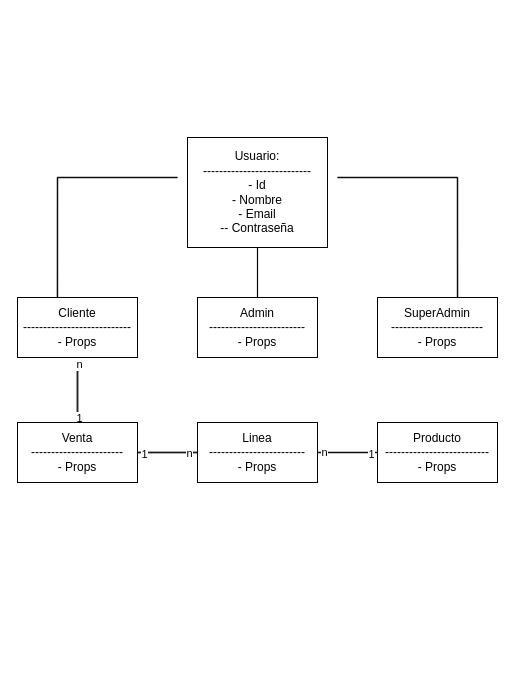
Above: docs/ModeloDeDominio.drawio in aylenguy/NMrelojesApi (draw.io), before the change. Source tidied: cells renumbered, new cells numbered last; positions are measured from the earlier drawing's top-left corner, leaving out a move shared by most shapes. Both pictures are drawn from the tidied source at 100%, with x=0, y=0 at pixel (17, 137).
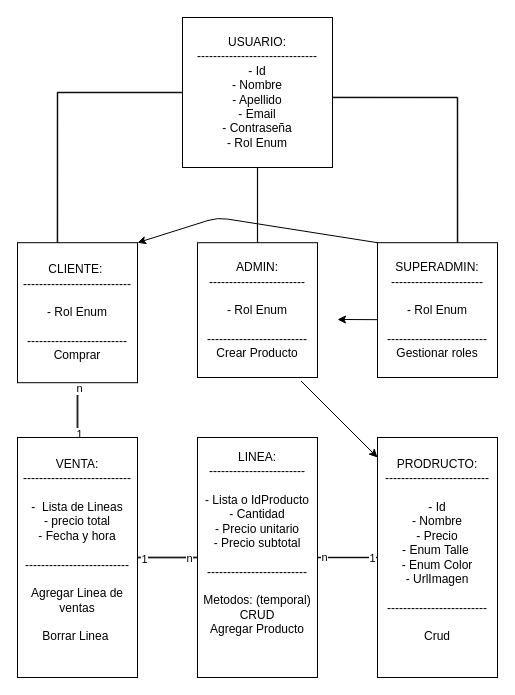
After the change.

Commit message:
Modificacion Modelo De Dominio

What changed in the source:
```diff
@@
-    <mxCell id="3" value="Usuario:&lt;br&gt;---------------------------&lt;br&gt;- Id&lt;br&gt;- Nombre&lt;br&gt;- Email&lt;br&gt;-- Contraseña&lt;br&gt;" style="rounded=0;whiteSpace=wrap;html=1;" parent="1" vertex="1">
-      <mxGeometry x="170" width="140" height="110" as="geometry" />
+    <mxCell id="3" value="USUARIO:&lt;br&gt;------------------------------&lt;br&gt;- Id&lt;br&gt;- Nombre&lt;br&gt;- Apellido&lt;br&gt;- Email&lt;br&gt;- Contraseña&lt;br&gt;- Rol Enum" style="rounded=0;whiteSpace=wrap;html=1;" parent="1" vertex="1">
+      <mxGeometry x="165" y="-120" width="150" height="150" as="geometry" />
     </mxCell>
@@
-    <mxCell id="7" value="Cliente&lt;br&gt;---------------------------&lt;br&gt;- Props" style="rounded=0;whiteSpace=wrap;html=1;" parent="1" vertex="1">
-      <mxGeometry y="160" width="120" height="60" as="geometry" />
+    <mxCell id="7" value="CLIENTE:&amp;nbsp;&lt;br&gt;---------------------------&lt;br&gt;&lt;br&gt;- Rol Enum&lt;br&gt;&lt;br&gt;-------------------------&lt;br&gt;Comprar" style="rounded=0;whiteSpace=wrap;html=1;" parent="1" vertex="1">
+      <mxGeometry y="105.2" width="120" height="140" as="geometry" />
     </mxCell>
-    <mxCell id="8" value="Admin&lt;br&gt;------------------------&lt;br&gt;- Props" style="rounded=0;whiteSpace=wrap;html=1;" parent="1" vertex="1">
-      <mxGeometry x="180" y="160" width="120" height="60" as="geometry" />
+    <mxCell id="8" value="ADMIN:&lt;br&gt;------------------------&lt;br&gt;&lt;br&gt;- Rol Enum&lt;br&gt;&lt;br&gt;-------------------------&lt;br&gt;Crear Producto" style="rounded=0;whiteSpace=wrap;html=1;" parent="1" vertex="1">
+      <mxGeometry x="180" y="105.2" width="120" height="134.8" as="geometry" />
     </mxCell>
-    <mxCell id="9" value="SuperAdmin&lt;br&gt;-----------------------&lt;br&gt;- Props" style="rounded=0;whiteSpace=wrap;html=1;" parent="1" vertex="1">
-      <mxGeometry x="360" y="160" width="120" height="60" as="geometry" />
+    <mxCell id="9" value="SUPERADMIN:&lt;br&gt;-----------------------&lt;br&gt;&lt;br&gt;- Rol Enum&lt;br&gt;&lt;br&gt;-------------------------&lt;br&gt;Gestionar roles" style="rounded=0;whiteSpace=wrap;html=1;" parent="1" vertex="1">
+      <mxGeometry x="360" y="105.2" width="120" height="134.8" as="geometry" />
     </mxCell>
@@
-    <mxCell id="13" value="Venta&lt;br&gt;-----------------------&lt;br&gt;- Props" style="rounded=0;whiteSpace=wrap;html=1;" parent="1" vertex="1">
-      <mxGeometry y="285" width="120" height="60" as="geometry" />
+    <mxCell id="13" value="VENTA:&lt;br&gt;---------------------------&lt;br&gt;&lt;br&gt;-&amp;nbsp;&lt;span style=&quot;background-color: initial;&quot;&gt;&amp;nbsp;Lista de Lineas&lt;/span&gt;&lt;div&gt;- precio total&lt;/div&gt;&lt;div&gt;- Fecha y hora&lt;br&gt;&lt;br&gt;&lt;/div&gt;&lt;div&gt;--------------------------&lt;/div&gt;&lt;div&gt;&lt;br&gt;&lt;/div&gt;&lt;div&gt;&lt;div&gt;Agregar Linea de ventas&lt;br&gt;&lt;br&gt;Borrar Linea&amp;nbsp;&lt;/div&gt;&lt;div&gt;&lt;br&gt;&lt;/div&gt;&lt;/div&gt;" style="rounded=0;whiteSpace=wrap;html=1;" parent="1" vertex="1">
+      <mxGeometry y="300" width="120" height="240" as="geometry" />
     </mxCell>
-    <mxCell id="14" style="edgeStyle=none;shape=link;html=1;exitX=1;exitY=0.5;exitDx=0;exitDy=0;width=-0.4615384615384617;" parent="1" edge="1" source="17">
-      <mxGeometry relative="1" as="geometry">
-        <mxPoint x="360" y="315" as="targetPoint" />
-      </mxGeometry>
+    <mxCell id="14" style="edgeStyle=none;shape=link;html=1;exitX=1;exitY=0.5;exitDx=0;exitDy=0;width=-0.4615384615384617;entryX=0;entryY=0.5;entryDx=0;entryDy=0;" parent="1" edge="1" source="17" target="18">
+      <mxGeometry relative="1" as="geometry" />
     </mxCell>
@@
     <mxCell id="16" value="1" style="edgeLabel;html=1;align=center;verticalAlign=middle;" parent="14" vertex="1">
-      <mxGeometry x="0.75" y="-1" relative="1" as="geometry" />
+      <mxGeometry x="0.81" relative="1" as="geometry" />
     </mxCell>
-    <mxCell id="17" value="Linea&lt;br&gt;------------------------&lt;br&gt;- Props" style="rounded=0;whiteSpace=wrap;html=1;" parent="1" vertex="1">
-      <mxGeometry x="180" y="285" width="120" height="60" as="geometry" />
+    <mxCell id="17" value="LINEA:&lt;br&gt;------------------------&lt;br&gt;&lt;div&gt;&lt;div&gt;&lt;br&gt;- Lista o IdProducto&lt;/div&gt;&lt;div&gt;- Cantidad&lt;/div&gt;&lt;div&gt;- Precio unitario&lt;/div&gt;&lt;div&gt;- Precio subtotal&lt;br&gt;&lt;br&gt;&lt;/div&gt;&lt;div&gt;-------------------------&lt;/div&gt;&lt;div&gt;&lt;div&gt;&lt;br&gt;Metodos: (temporal)&lt;/div&gt;&lt;div&gt;CRUD&lt;/div&gt;&lt;div&gt;Agregar Producto&lt;/div&gt;&lt;/div&gt;&lt;div&gt;&lt;br&gt;&lt;/div&gt;&lt;/div&gt;&lt;div&gt;&lt;br&gt;&lt;/div&gt;" style="rounded=0;whiteSpace=wrap;html=1;" parent="1" vertex="1">
+      <mxGeometry x="180" y="300" width="120" height="240" as="geometry" />
     </mxCell>
-    <mxCell id="18" value="Producto&lt;br&gt;--------------------------&lt;br&gt;- Props" style="rounded=0;whiteSpace=wrap;html=1;" parent="1" vertex="1">
-      <mxGeometry x="360" y="285" width="120" height="60" as="geometry" />
+    <mxCell id="18" value="PRODRUCTO:&lt;br&gt;--------------------------&lt;br&gt;&lt;div&gt;&lt;br&gt;- Id&lt;/div&gt;&lt;div&gt;- Nombre&lt;/div&gt;&lt;div&gt;- Precio&lt;/div&gt;&lt;div&gt;- Enum Talle&amp;nbsp;&lt;/div&gt;&lt;div&gt;- Enum Color&lt;/div&gt;&lt;div&gt;- UrlImagen&lt;br&gt;&lt;br&gt;-------------------------&lt;br&gt;&lt;br&gt;Crud&lt;/div&gt;&lt;div&gt;&lt;br&gt;&lt;/div&gt;" style="rounded=0;whiteSpace=wrap;html=1;" parent="1" vertex="1">
+      <mxGeometry x="360" y="300" width="120" height="240" as="geometry" />
     </mxCell>
-    <mxCell id="19" style="edgeStyle=segmentEdgeStyle;endArrow=classic;html=1;curved=0;rounded=0;endSize=8;startSize=8;shape=link;entryX=0.333;entryY=0;entryDx=0;entryDy=0;entryPerimeter=0;width=-0.45454545454545503;" parent="1" edge="1" target="7">
-      <mxGeometry relative="1" as="geometry">
-        <mxPoint x="160" y="40" as="sourcePoint" />
-      </mxGeometry>
+    <mxCell id="19" style="edgeStyle=segmentEdgeStyle;endArrow=classic;html=1;curved=0;rounded=0;endSize=8;startSize=8;shape=link;entryX=0.333;entryY=0;entryDx=0;entryDy=0;entryPerimeter=0;width=-0.45454545454545503;" parent="1" edge="1" source="3" target="7">
+      <mxGeometry relative="1" as="geometry" />
     </mxCell>
-    <mxCell id="20" style="edgeStyle=segmentEdgeStyle;endArrow=classic;html=1;curved=0;rounded=0;endSize=8;startSize=8;shape=link;entryX=0.667;entryY=0;entryDx=0;entryDy=0;entryPerimeter=0;width=0.45454545454545325;" parent="1" edge="1" target="9">
+    <mxCell id="20" style="edgeStyle=segmentEdgeStyle;endArrow=classic;html=1;curved=0;rounded=0;endSize=8;startSize=8;shape=link;entryX=0.667;entryY=0;entryDx=0;entryDy=0;entryPerimeter=0;width=0.45454545454545325;exitX=1.003;exitY=0.533;exitDx=0;exitDy=0;exitPerimeter=0;" parent="1" edge="1" source="3" target="9">
       <mxGeometry relative="1" as="geometry">
-        <mxPoint x="320" y="40" as="sourcePoint" />
+        <Array as="points">
+          <mxPoint x="440" y="-40" />
+        </Array>
       </mxGeometry>
     </mxCell>
+    <mxCell id="21" style="edgeStyle=none;jettySize=auto;html=1;entryX=0;entryY=0.083;entryDx=0;entryDy=0;entryPerimeter=0;" parent="1" edge="1" target="18">
+      <mxGeometry relative="1" as="geometry">
+        <mxPoint x="360" y="320" as="sourcePoint" />
+        <Array as="points">
+          <mxPoint x="280" y="240" />
+        </Array>
+      </mxGeometry>
+    </mxCell>
+    <mxCell id="22" style="edgeStyle=none;jettySize=auto;html=1;exitX=0.003;exitY=0.571;exitDx=0;exitDy=0;exitPerimeter=0;" parent="1" edge="1" source="9">
+      <mxGeometry relative="1" as="geometry">
+        <mxPoint x="320" y="182" as="targetPoint" />
+      </mxGeometry>
+    </mxCell>
+    <mxCell id="23" style="edgeStyle=none;jettySize=auto;html=1;exitX=0;exitY=0;exitDx=0;exitDy=0;entryX=1;entryY=0;entryDx=0;entryDy=0;" parent="1" edge="1" source="9" target="7">
+      <mxGeometry relative="1" as="geometry">
+        <Array as="points">
+          <mxPoint x="200" y="80" />
+        </Array>
+      </mxGeometry>
+    </mxCell>
```
